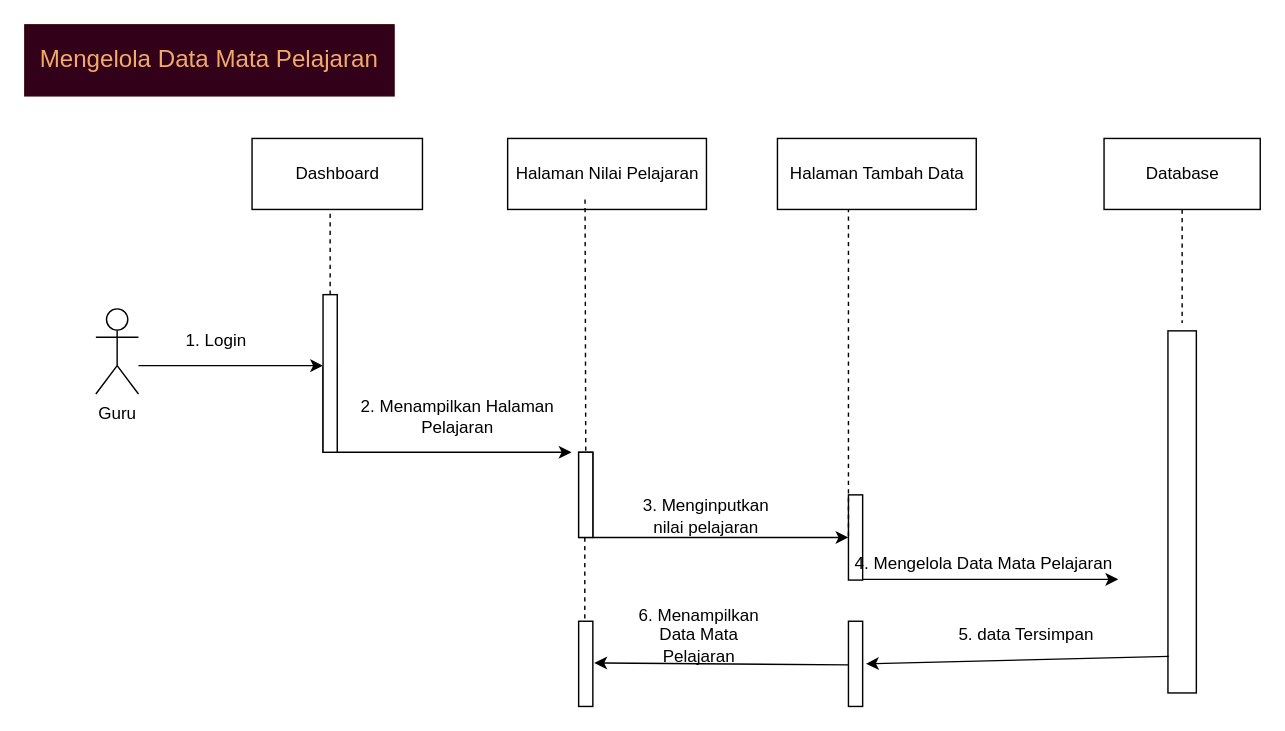
The draw.io diagram page "SQG-Kelola Pelajaran" (6 of 29) of draw.io/Proyek-3.drawio in Tugas-Proyek-Polindra/proyek-3, before the edit. Source tidied: cells renumbered, new cells numbered last; positions are measured from the earlier drawing's top-left corner, leaving out a move shared by most shapes. Both pictures are drawn from the tidied source at 142%, with x=0, y=0 at pixel (24, 24).
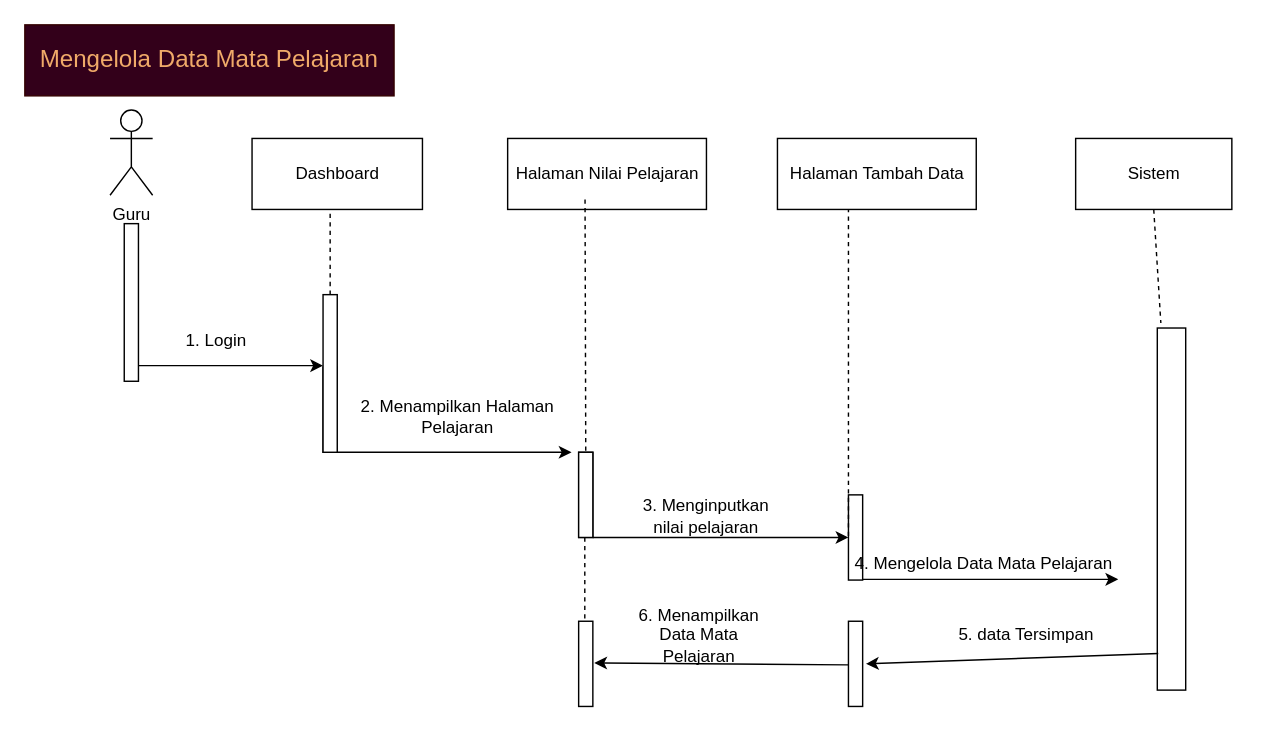
After the change.

Diff of the diagram source:
```diff
@@
     <mxCell id="7" value="Guru" style="shape=umlActor;verticalLabelPosition=bottom;verticalAlign=top;html=1;" parent="1" vertex="1">
-      <mxGeometry x="50" y="200" width="30" height="60" as="geometry" />
+      <mxGeometry x="60" y="60" width="30" height="60" as="geometry" />
     </mxCell>
@@
-    <mxCell id="15" value="Database" style="html=1;" parent="1" vertex="1">
-      <mxGeometry x="760" y="80" width="110" height="50" as="geometry" />
+    <mxCell id="15" value="Sistem" style="html=1;" parent="1" vertex="1">
+      <mxGeometry x="740" y="80" width="110" height="50" as="geometry" />
     </mxCell>
@@
     <mxCell id="24" style="endArrow=none;dashed=1;html=1;rounded=0;exitX=0.5;exitY=1;exitDx=0;exitDy=0;" parent="1" edge="1" source="15">
       <mxGeometry relative="1" as="geometry">
-        <mxPoint x="815" y="210" as="targetPoint" />
+        <mxPoint x="800" y="210" as="targetPoint" />
       </mxGeometry>
     </mxCell>
     <mxCell id="25" style="rounded=0;whiteSpace=wrap;html=1;rotation=-90;" parent="1" vertex="1">
-      <mxGeometry x="687.5" y="333" width="255" height="20" as="geometry" />
+      <mxGeometry x="680" y="331" width="255" height="20" as="geometry" />
     </mxCell>
@@
+    <mxCell id="33" style="html=1;perimeter=orthogonalPerimeter;" parent="1" vertex="1">
+      <mxGeometry x="70" y="140" width="10" height="111" as="geometry" />
+    </mxCell>
```
